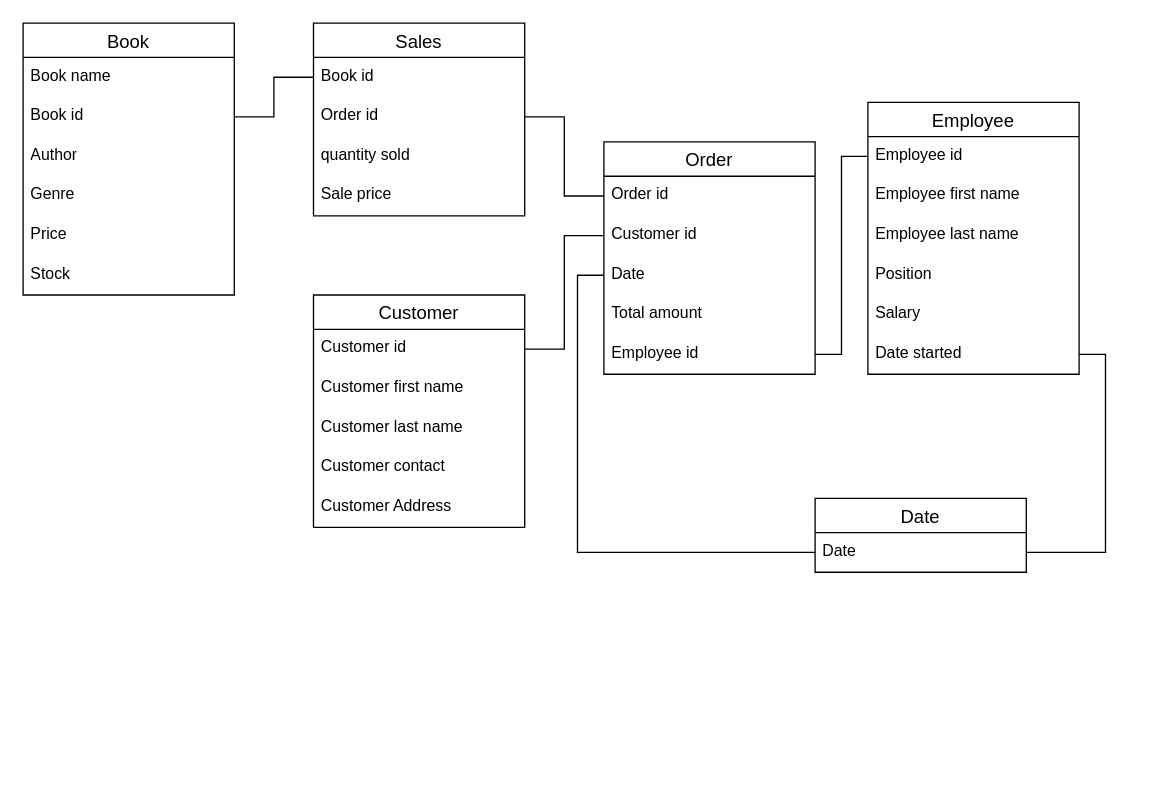
This is 02_activities/assignments/Untitled Diagram.drawio from Sdong23/sql, a draw.io file, before an edit. Source tidied: cells renumbered, new cells numbered last; positions are measured from the earlier drawing's top-left corner, leaving out a move shared by most shapes. Both pictures are drawn from the tidied source at 132%, with x=0, y=0 at pixel (22, 22).
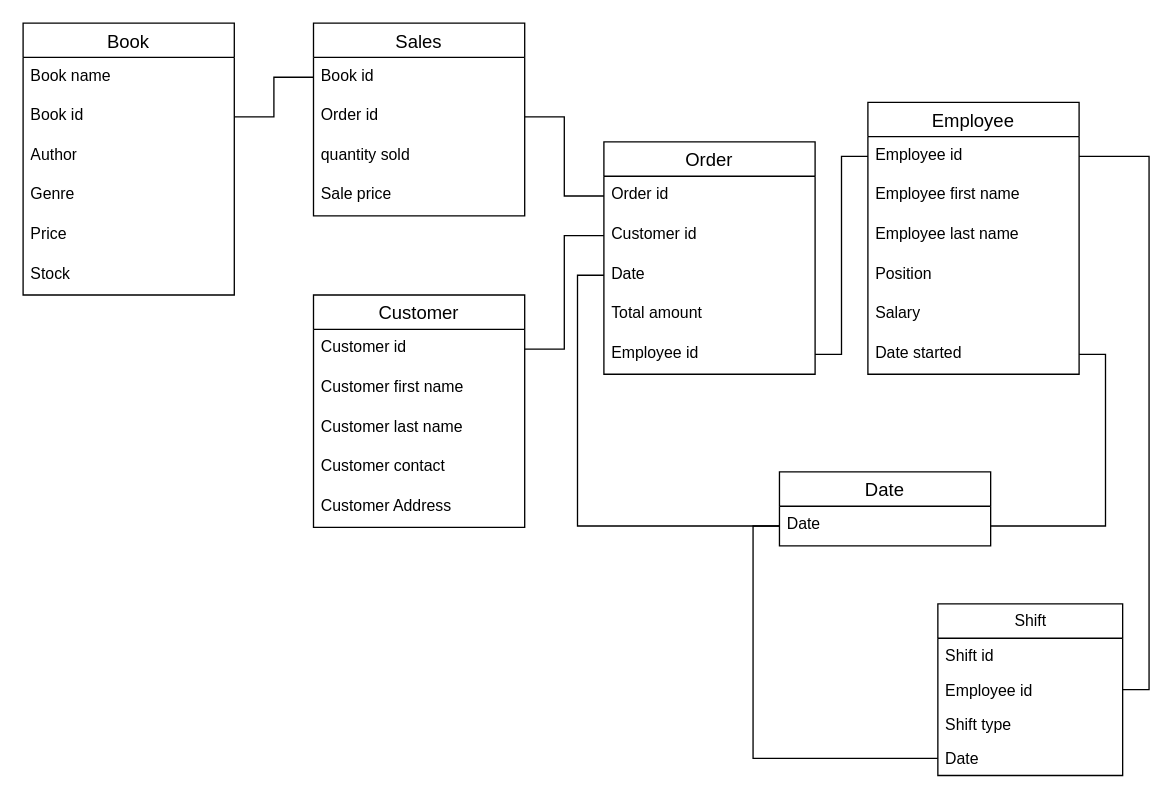
The same diagram, later.

Commit message:
Add shift table

Unchanged cells that the change refers to:
```xml
<mxCell id="3" value="Employee id" style="text;strokeColor=none;fillColor=none;spacingLeft=4;spacingRight=4;overflow=hidden;points=[[0,0.5],[1,0.5]];portConstraint=eastwest;fontSize=12;whiteSpace=wrap;html=1;" parent="2" vertex="1">
  <mxGeometry y="26" width="160" height="30" as="geometry" />
</mxCell>
<mxCell id="29" value="Date" style="text;strokeColor=none;fillColor=none;spacingLeft=4;spacingRight=4;overflow=hidden;points=[[0,0.5],[1,0.5]];portConstraint=eastwest;fontSize=12;whiteSpace=wrap;html=1;" parent="28" vertex="1">
  <mxGeometry y="26" width="160" height="30" as="geometry" />
</mxCell>
```

The edit, as a diff of the source:
```diff
@@
     <mxCell id="28" value="Date" style="swimlane;fontStyle=0;horizontal=1;startSize=26;align=center;fontSize=14;" parent="1" vertex="1">
-      <mxGeometry x="600" y="360" width="160" height="56" as="geometry" />
+      <mxGeometry x="573" y="340" width="160" height="56" as="geometry" />
     </mxCell>
@@
+    <mxCell id="41" value="Shift" style="swimlane;fontStyle=0;horizontal=1;startSize=26;fillColor=none;html=1;" parent="1" vertex="1">
+      <mxGeometry x="693" y="440" width="140" height="130" as="geometry" />
+    </mxCell>
+    <mxCell id="42" value="Shift id" style="text;strokeColor=none;fillColor=none;align=left;verticalAlign=top;spacingLeft=4;spacingRight=4;overflow=hidden;whiteSpace=wrap;html=1;" parent="41" vertex="1">
+      <mxGeometry y="26" width="140" height="26" as="geometry" />
+    </mxCell>
+    <mxCell id="43" value="Employee id" style="text;strokeColor=none;fillColor=none;align=left;verticalAlign=top;spacingLeft=4;spacingRight=4;overflow=hidden;points=[[0,0.5],[1,0.5]];portConstraint=eastwest;whiteSpace=wrap;html=1;" parent="41" vertex="1">
+      <mxGeometry y="52" width="140" height="26" as="geometry" />
+    </mxCell>
+    <mxCell id="44" value="Shift type" style="text;strokeColor=none;fillColor=none;align=left;verticalAlign=top;spacingLeft=4;spacingRight=4;overflow=hidden;whiteSpace=wrap;html=1;" parent="41" vertex="1">
+      <mxGeometry y="78" width="140" height="26" as="geometry" />
+    </mxCell>
+    <mxCell id="45" value="Date" style="text;strokeColor=none;fillColor=none;align=left;verticalAlign=top;spacingLeft=4;spacingRight=4;overflow=hidden;points=[[0,0.5],[1,0.5]];portConstraint=eastwest;whiteSpace=wrap;html=1;" parent="41" vertex="1">
+      <mxGeometry y="104" width="140" height="26" as="geometry" />
+    </mxCell>
+    <mxCell id="46" style="edgeStyle=orthogonalEdgeStyle;rounded=0;jettySize=auto;html=1;exitX=1;exitY=0.5;exitDx=0;exitDy=0;entryX=1;entryY=0.5;entryDx=0;entryDy=0;shape=link;width=0;" parent="1" edge="1" source="43" target="3">
+      <mxGeometry relative="1" as="geometry" />
+    </mxCell>
+    <mxCell id="47" style="edgeStyle=orthogonalEdgeStyle;rounded=0;jettySize=auto;html=1;exitX=0;exitY=0.5;exitDx=0;exitDy=0;shape=link;width=0;entryX=0;entryY=0.5;entryDx=0;entryDy=0;" parent="1" edge="1" source="45" target="29">
+      <mxGeometry relative="1" as="geometry" />
+    </mxCell>
```
